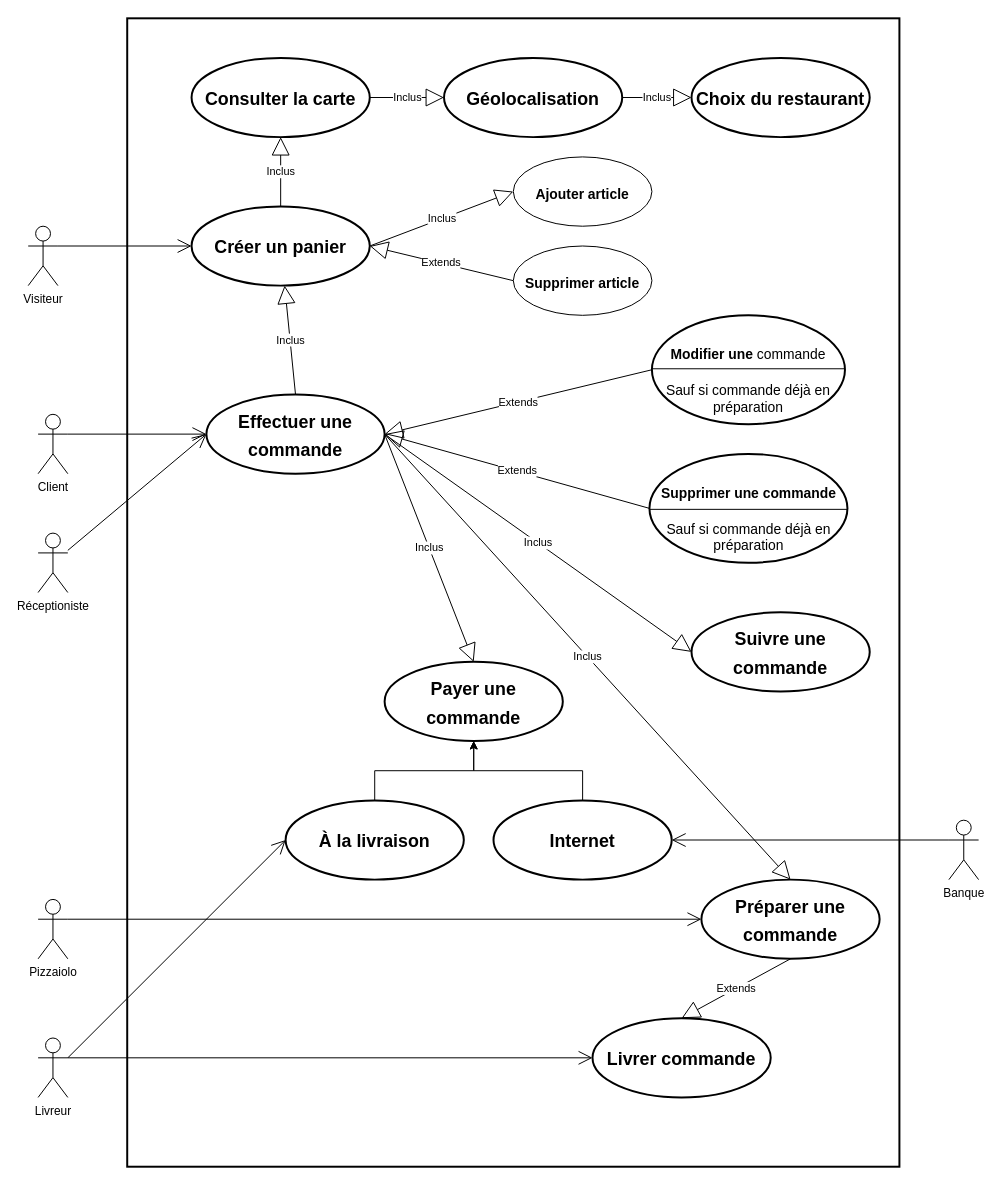
gsagot/oc_p6_ocPizza keeps this draw.io diagram as diagrams/useCase/OrderDiagram.drawio. Above is the earlier version. Source tidied: cells renumbered, new cells numbered last; positions are measured from the earlier drawing's top-left corner, leaving out a move shared by most shapes. Both pictures are drawn from the tidied source at 99%, with x=0, y=0 at pixel (28, 18).
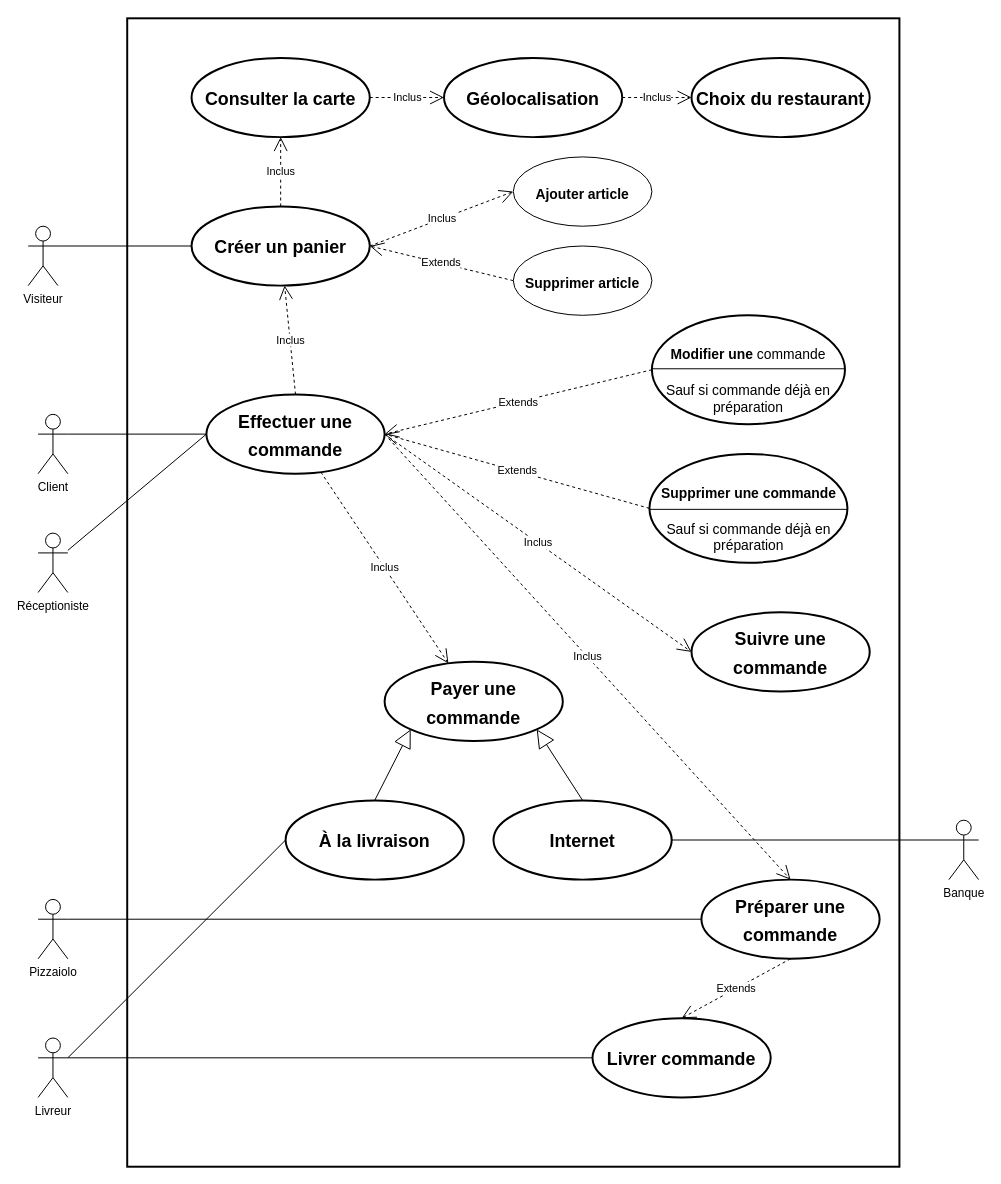
Above is the later version.

Unchanged cells that the change refers to:
```xml
<mxCell id="3" value="&lt;h1&gt;&lt;font style=&quot;font-size: 18px&quot;&gt;Effectuer une commande&lt;/font&gt;&lt;/h1&gt;" style="ellipse;whiteSpace=wrap;html=1;strokeWidth=2;" parent="1" vertex="1">
  <mxGeometry x="180" y="380" width="180" height="80" as="geometry" />
</mxCell>
<mxCell id="4" value="Client" style="shape=umlActor;verticalLabelPosition=bottom;verticalAlign=top;html=1;" parent="1" vertex="1">
  <mxGeometry x="10" y="400" width="30" height="60" as="geometry" />
</mxCell>
<mxCell id="7" value="Livreur" style="shape=umlActor;verticalLabelPosition=bottom;verticalAlign=top;html=1;" parent="1" vertex="1">
  <mxGeometry x="10" y="1030" width="30" height="60" as="geometry" />
</mxCell>
<mxCell id="8" value="&lt;h1&gt;&lt;font style=&quot;font-size: 14px&quot;&gt;Ajouter article&lt;/font&gt;&lt;/h1&gt;" style="ellipse;whiteSpace=wrap;html=1;" parent="1" vertex="1">
  <mxGeometry x="490" y="140" width="140" height="70" as="geometry" />
</mxCell>
<mxCell id="9" value="&lt;h1&gt;&lt;font style=&quot;font-size: 14px&quot;&gt;Supprimer article&lt;/font&gt;&lt;/h1&gt;" style="ellipse;whiteSpace=wrap;html=1;" parent="1" vertex="1">
  <mxGeometry x="490" y="230" width="140" height="70" as="geometry" />
</mxCell>
<mxCell id="10" value="&lt;h1&gt;&lt;font style=&quot;font-size: 18px&quot;&gt;Créer un panier&lt;/font&gt;&lt;/h1&gt;" style="ellipse;whiteSpace=wrap;html=1;strokeWidth=2;" parent="1" vertex="1">
  <mxGeometry x="165" y="190" width="180" height="80" as="geometry" />
</mxCell>
<mxCell id="11" value="&lt;h1&gt;&lt;font style=&quot;font-size: 14px&quot;&gt;Modifier une&lt;/font&gt;&lt;span style=&quot;font-size: 14px ; font-weight: normal&quot;&gt;&amp;nbsp;commande&lt;/span&gt;&lt;/h1&gt;&lt;div&gt;&lt;span style=&quot;font-size: 14px&quot;&gt;Sauf si commande déjà en préparation&lt;/span&gt;&lt;span style=&quot;font-size: 14px ; font-weight: normal&quot;&gt;&lt;br&gt;&lt;/span&gt;&lt;/div&gt;" style="ellipse;whiteSpace=wrap;html=1;strokeWidth=2;verticalAlign=top;" parent="1" vertex="1">
  <mxGeometry x="630" y="300" width="195" height="110" as="geometry" />
</mxCell>
<mxCell id="12" value="&lt;h1&gt;&lt;font style=&quot;font-size: 14px&quot;&gt;Supprimer une commande&lt;/font&gt;&lt;/h1&gt;&lt;div&gt;&lt;font style=&quot;font-size: 14px&quot;&gt;Sauf si commande déjà en préparation&lt;/font&gt;&lt;/div&gt;" style="ellipse;whiteSpace=wrap;html=1;strokeWidth=2;verticalAlign=top;" parent="1" vertex="1">
  <mxGeometry x="627.5" y="440" width="200" height="110" as="geometry" />
</mxCell>
<mxCell id="15" value="&lt;h1&gt;&lt;font style=&quot;font-size: 18px&quot;&gt;Préparer une commande&lt;/font&gt;&lt;/h1&gt;" style="ellipse;whiteSpace=wrap;html=1;strokeWidth=2;" parent="1" vertex="1">
  <mxGeometry x="680" y="870" width="180" height="80" as="geometry" />
</mxCell>
<mxCell id="18" value="&lt;h1&gt;&lt;font style=&quot;font-size: 18px&quot;&gt;Livrer commande&lt;/font&gt;&lt;/h1&gt;" style="ellipse;whiteSpace=wrap;html=1;strokeWidth=2;" parent="1" vertex="1">
  <mxGeometry x="570" y="1010" width="180" height="80" as="geometry" />
</mxCell>
<mxCell id="21" value="&lt;h1&gt;&lt;font style=&quot;font-size: 18px&quot;&gt;Suivre une commande&lt;/font&gt;&lt;/h1&gt;" style="ellipse;whiteSpace=wrap;html=1;strokeWidth=2;" parent="1" vertex="1">
  <mxGeometry x="670" y="600" width="180" height="80" as="geometry" />
</mxCell>
<mxCell id="23" value="Pizzaiolo" style="shape=umlActor;verticalLabelPosition=bottom;verticalAlign=top;html=1;" parent="1" vertex="1">
  <mxGeometry x="10" y="890" width="30" height="60" as="geometry" />
</mxCell>
<mxCell id="24" value="&lt;h1&gt;&lt;font style=&quot;font-size: 18px&quot;&gt;Consulter la carte&lt;/font&gt;&lt;/h1&gt;" style="ellipse;whiteSpace=wrap;html=1;strokeWidth=2;" parent="1" vertex="1">
  <mxGeometry x="165" y="40" width="180" height="80" as="geometry" />
</mxCell>
<mxCell id="25" value="&lt;h1&gt;&lt;font style=&quot;font-size: 18px&quot;&gt;Géolocalisation&lt;/font&gt;&lt;/h1&gt;" style="ellipse;whiteSpace=wrap;html=1;strokeWidth=2;" parent="1" vertex="1">
  <mxGeometry x="420" y="40" width="180" height="80" as="geometry" />
</mxCell>
<mxCell id="27" value="&lt;h1&gt;&lt;font size=&quot;4&quot;&gt;Choix du restaurant&lt;/font&gt;&lt;/h1&gt;" style="ellipse;whiteSpace=wrap;html=1;strokeWidth=2;" parent="1" vertex="1">
  <mxGeometry x="670" y="40" width="180" height="80" as="geometry" />
</mxCell>
<mxCell id="30" value="&lt;h1&gt;&lt;font style=&quot;font-size: 18px&quot;&gt;Payer une commande&lt;/font&gt;&lt;/h1&gt;" style="ellipse;whiteSpace=wrap;html=1;strokeWidth=2;" parent="1" vertex="1">
  <mxGeometry x="360" y="650" width="180" height="80" as="geometry" />
</mxCell>
<mxCell id="37" value="&lt;h1&gt;&lt;font style=&quot;font-size: 18px&quot;&gt;À la livraison&lt;/font&gt;&lt;/h1&gt;" style="ellipse;whiteSpace=wrap;html=1;strokeWidth=2;" parent="1" vertex="1">
  <mxGeometry x="260" y="790" width="180" height="80" as="geometry" />
</mxCell>
<mxCell id="39" value="&lt;h1&gt;&lt;font style=&quot;font-size: 18px&quot;&gt;Internet&lt;/font&gt;&lt;/h1&gt;" style="ellipse;whiteSpace=wrap;html=1;strokeWidth=2;" parent="1" vertex="1">
  <mxGeometry x="470" y="790" width="180" height="80" as="geometry" />
</mxCell>
<mxCell id="42" value="Banque" style="shape=umlActor;verticalLabelPosition=bottom;verticalAlign=top;html=1;" parent="1" vertex="1">
  <mxGeometry x="930" y="810" width="30" height="60" as="geometry" />
</mxCell>
<mxCell id="44" value="Visiteur" style="shape=umlActor;verticalLabelPosition=bottom;verticalAlign=top;html=1;" parent="1" vertex="1">
  <mxGeometry y="210" width="30" height="60" as="geometry" />
</mxCell>
<mxCell id="46" value="Réceptioniste" style="shape=umlActor;verticalLabelPosition=bottom;verticalAlign=top;html=1;" parent="1" vertex="1">
  <mxGeometry x="10" y="520" width="30" height="60" as="geometry" />
</mxCell>
```

What changed in the source:
```diff
@@
-    <mxCell id="2" style="html=1;strokeWidth=2;" parent="1" vertex="1">
-      <mxGeometry x="100" width="780" height="1160" as="geometry" />
-    </mxCell>
+    <mxCell id="47" style="html=1;strokeWidth=2;" parent="1" vertex="1">
+      <mxGeometry x="100" width="780" height="1160" as="geometry" />
+    </mxCell>
@@
-    <mxCell id="5" value="Inclus" style="endArrow=block;endSize=16;endFill=0;html=1;exitX=1;exitY=0.5;exitDx=0;exitDy=0;entryX=0;entryY=0.5;entryDx=0;entryDy=0;" parent="1" edge="1" source="10" target="8">
+    <mxCell id="5" value="Inclus" style="endArrow=open;endSize=12;html=1;exitX=1;exitY=0.5;exitDx=0;exitDy=0;entryX=0;entryY=0.5;entryDx=0;entryDy=0;dashed=1;" parent="1" edge="1" source="10" target="8">
       <mxGeometry relative="1" as="geometry" />
     </mxCell>
-    <mxCell id="6" value="Extends" style="endArrow=block;endSize=16;endFill=0;html=1;exitX=0;exitY=0.5;exitDx=0;exitDy=0;entryX=1;entryY=0.5;entryDx=0;entryDy=0;" parent="1" edge="1" source="9" target="10">
+    <mxCell id="6" value="Extends" style="endArrow=open;endSize=12;html=1;exitX=0;exitY=0.5;exitDx=0;exitDy=0;entryX=1;entryY=0.5;entryDx=0;entryDy=0;dashed=1;" parent="1" edge="1" source="9" target="10">
       <mxGeometry relative="1" as="geometry" />
     </mxCell>
@@
-    <mxCell id="13" value="Extends" style="endArrow=block;endSize=16;endFill=0;html=1;exitX=0;exitY=0.5;exitDx=0;exitDy=0;entryX=1;entryY=0.5;entryDx=0;entryDy=0;" parent="1" edge="1" source="11" target="3">
+    <mxCell id="13" value="Extends" style="endArrow=open;endSize=12;html=1;exitX=0;exitY=0.5;exitDx=0;exitDy=0;entryX=1;entryY=0.5;entryDx=0;entryDy=0;dashed=1;" parent="1" edge="1" source="11" target="3">
       <mxGeometry relative="1" as="geometry" />
     </mxCell>
-    <mxCell id="14" value="Extends" style="endArrow=block;endSize=16;endFill=0;html=1;exitX=0;exitY=0.5;exitDx=0;exitDy=0;entryX=1;entryY=0.5;entryDx=0;entryDy=0;" parent="1" edge="1" source="12" target="3">
+    <mxCell id="14" value="Extends" style="endArrow=open;endSize=12;html=1;exitX=0;exitY=0.5;exitDx=0;exitDy=0;entryX=1;entryY=0.5;entryDx=0;entryDy=0;dashed=1;" parent="1" edge="1" source="12" target="3">
       <mxGeometry relative="1" as="geometry" />
     </mxCell>
@@
-    <mxCell id="16" style="line;strokeWidth=1;fillColor=none;align=left;verticalAlign=middle;spacingTop=-1;spacingLeft=3;spacingRight=3;labelPosition=right;" parent="1" vertex="1">
-      <mxGeometry x="630" y="350" width="195" height="8" as="geometry" />
-    </mxCell>
-    <mxCell id="17" style="line;strokeWidth=1;fillColor=none;align=left;verticalAlign=middle;spacingTop=-1;spacingLeft=3;spacingRight=3;labelPosition=right;" parent="1" vertex="1">
-      <mxGeometry x="627.5" y="492" width="200" height="8" as="geometry" />
-    </mxCell>
+    <mxCell id="48" style="line;strokeWidth=1;fillColor=none;align=left;verticalAlign=middle;spacingTop=-1;spacingLeft=3;spacingRight=3;labelPosition=right;" parent="1" vertex="1">
+      <mxGeometry x="630" y="350" width="195" height="8" as="geometry" />
+    </mxCell>
+    <mxCell id="49" style="line;strokeWidth=1;fillColor=none;align=left;verticalAlign=middle;spacingTop=-1;spacingLeft=3;spacingRight=3;labelPosition=right;" parent="1" vertex="1">
+      <mxGeometry x="627.5" y="492" width="200" height="8" as="geometry" />
+    </mxCell>
@@
-    <mxCell id="19" value="Inclus" style="endArrow=block;endSize=16;endFill=0;html=1;exitX=1;exitY=0.5;exitDx=0;exitDy=0;entryX=0.5;entryY=0;entryDx=0;entryDy=0;" parent="1" edge="1" source="3" target="15">
+    <mxCell id="19" value="Inclus" style="endArrow=open;endSize=12;html=1;exitX=1;exitY=0.5;exitDx=0;exitDy=0;entryX=0.5;entryY=0;entryDx=0;entryDy=0;dashed=1;" parent="1" edge="1" source="3" target="15">
       <mxGeometry relative="1" as="geometry" />
     </mxCell>
-    <mxCell id="20" value="Extends" style="endArrow=block;endSize=16;endFill=0;html=1;exitX=0.5;exitY=1;exitDx=0;exitDy=0;entryX=0.5;entryY=0;entryDx=0;entryDy=0;" parent="1" edge="1" source="15" target="18">
+    <mxCell id="20" value="Extends" style="endArrow=open;endSize=12;html=1;exitX=0.5;exitY=1;exitDx=0;exitDy=0;entryX=0.5;entryY=0;entryDx=0;entryDy=0;dashed=1;" parent="1" edge="1" source="15" target="18">
       <mxGeometry relative="1" as="geometry" />
     </mxCell>
@@
-    <mxCell id="22" value="Inclus" style="endArrow=block;endSize=16;endFill=0;html=1;exitX=1;exitY=0.5;exitDx=0;exitDy=0;entryX=0;entryY=0.5;entryDx=0;entryDy=0;" parent="1" edge="1" source="3" target="21">
+    <mxCell id="22" value="Inclus" style="endArrow=open;endSize=12;html=1;exitX=1;exitY=0.5;exitDx=0;exitDy=0;entryX=0;entryY=0.5;entryDx=0;entryDy=0;dashed=1;" parent="1" edge="1" source="3" target="21">
       <mxGeometry relative="1" as="geometry" />
     </mxCell>
@@
-    <mxCell id="26" value="Inclus" style="endArrow=block;endSize=16;endFill=0;html=1;exitX=1;exitY=0.5;exitDx=0;exitDy=0;entryX=0;entryY=0.5;entryDx=0;entryDy=0;" parent="1" edge="1" source="24" target="25">
+    <mxCell id="26" value="Inclus" style="endArrow=open;endSize=12;html=1;exitX=1;exitY=0.5;exitDx=0;exitDy=0;entryX=0;entryY=0.5;entryDx=0;entryDy=0;dashed=1;" parent="1" edge="1" source="24" target="25">
       <mxGeometry relative="1" as="geometry" />
     </mxCell>
@@
-    <mxCell id="28" value="Inclus" style="endArrow=block;endSize=16;endFill=0;html=1;exitX=1;exitY=0.5;exitDx=0;exitDy=0;entryX=0;entryY=0.5;entryDx=0;entryDy=0;" parent="1" edge="1" source="25" target="27">
+    <mxCell id="28" value="Inclus" style="endArrow=open;endSize=12;html=1;exitX=1;exitY=0.5;exitDx=0;exitDy=0;entryX=0;entryY=0.5;entryDx=0;entryDy=0;dashed=1;" parent="1" edge="1" source="25" target="27">
       <mxGeometry relative="1" as="geometry" />
     </mxCell>
-    <mxCell id="29" value="Inclus" style="endArrow=block;endSize=16;endFill=0;html=1;exitX=0.5;exitY=0;exitDx=0;exitDy=0;entryX=0.5;entryY=1;entryDx=0;entryDy=0;" parent="1" edge="1" source="10" target="24">
+    <mxCell id="29" value="Inclus" style="endArrow=open;endSize=12;html=1;exitX=0.5;exitY=0;exitDx=0;exitDy=0;entryX=0.5;entryY=1;entryDx=0;entryDy=0;dashed=1;" parent="1" edge="1" source="10" target="24">
       <mxGeometry relative="1" as="geometry" />
     </mxCell>
@@
-    <mxCell id="31" style="endArrow=open;endFill=1;endSize=12;html=1;entryX=0;entryY=0.5;entryDx=0;entryDy=0;exitX=1;exitY=0.3333333333333333;exitDx=0;exitDy=0;exitPerimeter=0;" parent="1" edge="1" source="4" target="3">
+    <mxCell id="31" style="endArrow=none;endFill=1;endSize=12;html=1;entryX=0;entryY=0.5;entryDx=0;entryDy=0;exitX=1;exitY=0.3333333333333333;exitDx=0;exitDy=0;exitPerimeter=0;" parent="1" edge="1" source="4" target="3">
       <mxGeometry relative="1" as="geometry" />
     </mxCell>
-    <mxCell id="32" style="endArrow=open;endFill=1;endSize=12;html=1;entryX=0;entryY=0.5;entryDx=0;entryDy=0;exitX=1;exitY=0.3333333333333333;exitDx=0;exitDy=0;exitPerimeter=0;" parent="1" edge="1" source="23" target="15">
+    <mxCell id="32" style="endArrow=none;endFill=1;endSize=12;html=1;entryX=0;entryY=0.5;entryDx=0;entryDy=0;exitX=1;exitY=0.3333333333333333;exitDx=0;exitDy=0;exitPerimeter=0;" parent="1" edge="1" source="23" target="15">
       <mxGeometry relative="1" as="geometry" />
     </mxCell>
-    <mxCell id="33" style="endArrow=open;endFill=1;endSize=12;html=1;entryX=0;entryY=0.5;entryDx=0;entryDy=0;" parent="1" edge="1" source="46" target="3">
+    <mxCell id="33" style="endArrow=none;endFill=1;endSize=12;html=1;entryX=0;entryY=0.5;entryDx=0;entryDy=0;" parent="1" edge="1" source="46" target="3">
       <mxGeometry relative="1" as="geometry" />
     </mxCell>
-    <mxCell id="34" value="Inclus" style="endArrow=block;endSize=16;endFill=0;html=1;exitX=0.5;exitY=0;exitDx=0;exitDy=0;" parent="1" edge="1" source="3" target="10">
+    <mxCell id="34" value="Inclus" style="endArrow=open;endSize=12;html=1;exitX=0.5;exitY=0;exitDx=0;exitDy=0;dashed=1;" parent="1" edge="1" source="3" target="10">
       <mxGeometry relative="1" as="geometry" />
     </mxCell>
-    <mxCell id="35" value="Inclus" style="endArrow=block;endSize=16;endFill=0;html=1;exitX=1;exitY=0.5;exitDx=0;exitDy=0;entryX=0.5;entryY=0;entryDx=0;entryDy=0;" parent="1" edge="1" source="3" target="30">
+    <mxCell id="35" value="Inclus" style="endArrow=open;endSize=12;dashed=1;html=1;" parent="1" edge="1" source="3" target="30">
       <mxGeometry relative="1" as="geometry" />
     </mxCell>
-    <mxCell id="36" style="edgeStyle=orthogonalEdgeStyle;rounded=0;jettySize=auto;html=1;exitX=0.5;exitY=0;exitDx=0;exitDy=0;" parent="1" edge="1" source="37" target="30">
-      <mxGeometry relative="1" as="geometry" />
-    </mxCell>
@@
-    <mxCell id="38" style="edgeStyle=orthogonalEdgeStyle;rounded=0;jettySize=auto;html=1;exitX=0.5;exitY=0;exitDx=0;exitDy=0;entryX=0.5;entryY=1;entryDx=0;entryDy=0;" parent="1" edge="1" source="39" target="30">
-      <mxGeometry relative="1" as="geometry" />
-    </mxCell>
@@
-    <mxCell id="40" style="endArrow=open;endFill=1;endSize=12;html=1;entryX=0;entryY=0.5;entryDx=0;entryDy=0;exitX=1;exitY=0.3333333333333333;exitDx=0;exitDy=0;exitPerimeter=0;" parent="1" edge="1" source="7" target="18">
+    <mxCell id="40" style="endArrow=none;endFill=1;endSize=12;html=1;entryX=0;entryY=0.5;entryDx=0;entryDy=0;exitX=1;exitY=0.3333333333333333;exitDx=0;exitDy=0;exitPerimeter=0;" parent="1" edge="1" source="7" target="18">
       <mxGeometry relative="1" as="geometry" />
     </mxCell>
-    <mxCell id="41" style="endArrow=open;endFill=1;endSize=12;html=1;entryX=0;entryY=0.5;entryDx=0;entryDy=0;exitX=1;exitY=0.3333333333333333;exitDx=0;exitDy=0;exitPerimeter=0;" parent="1" edge="1" source="7" target="37">
+    <mxCell id="41" style="endArrow=none;endFill=1;endSize=12;html=1;entryX=0;entryY=0.5;entryDx=0;entryDy=0;exitX=1;exitY=0.3333333333333333;exitDx=0;exitDy=0;exitPerimeter=0;" parent="1" edge="1" source="7" target="37">
       <mxGeometry relative="1" as="geometry" />
     </mxCell>
@@
-    <mxCell id="43" style="endArrow=open;endFill=1;endSize=12;html=1;exitX=0;exitY=0.3333333333333333;exitDx=0;exitDy=0;exitPerimeter=0;entryX=1;entryY=0.5;entryDx=0;entryDy=0;" parent="1" edge="1" source="42" target="39">
+    <mxCell id="43" style="endArrow=none;endFill=1;endSize=12;html=1;exitX=0;exitY=0.3333333333333333;exitDx=0;exitDy=0;exitPerimeter=0;entryX=1;entryY=0.5;entryDx=0;entryDy=0;" parent="1" edge="1" source="42" target="39">
       <mxGeometry relative="1" as="geometry" />
     </mxCell>
@@
-    <mxCell id="45" style="endArrow=open;endFill=1;endSize=12;html=1;entryX=0;entryY=0.5;entryDx=0;entryDy=0;exitX=1;exitY=0.3333333333333333;exitDx=0;exitDy=0;exitPerimeter=0;" parent="1" edge="1" source="44" target="10">
+    <mxCell id="45" style="endArrow=none;endFill=1;endSize=12;html=1;entryX=0;entryY=0.5;entryDx=0;entryDy=0;exitX=1;exitY=0.3333333333333333;exitDx=0;exitDy=0;exitPerimeter=0;" parent="1" edge="1" source="44" target="10">
       <mxGeometry relative="1" as="geometry" />
     </mxCell>
@@
+    <mxCell id="36" style="endArrow=block;endSize=16;endFill=0;html=1;exitX=0.5;exitY=0;exitDx=0;exitDy=0;entryX=0;entryY=1;entryDx=0;entryDy=0;" parent="1" edge="1" source="37" target="30">
+      <mxGeometry relative="1" as="geometry" />
+    </mxCell>
+    <mxCell id="38" style="endArrow=block;endSize=16;endFill=0;html=1;exitX=0.5;exitY=0;exitDx=0;exitDy=0;entryX=1;entryY=1;entryDx=0;entryDy=0;" parent="1" edge="1" source="39" target="30">
+      <mxGeometry relative="1" as="geometry" />
+    </mxCell>
```
